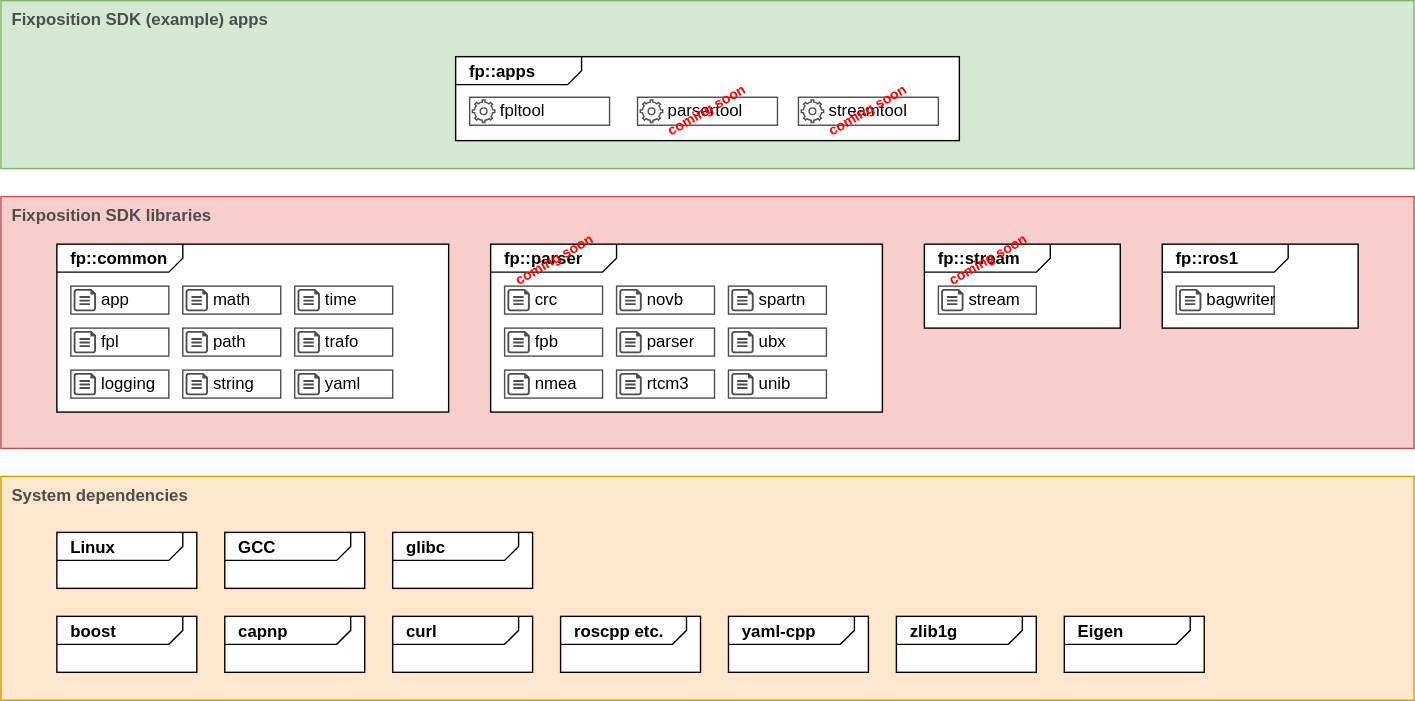
This is doc/fpsdk-overview.drawio.svg from fixposition/fixposition-sdk, a draw.io export, as it was before one commit. Source tidied: cells renumbered, new cells last; positions are measured from the earlier drawing's top-left corner, leaving out a move shared by most shapes.
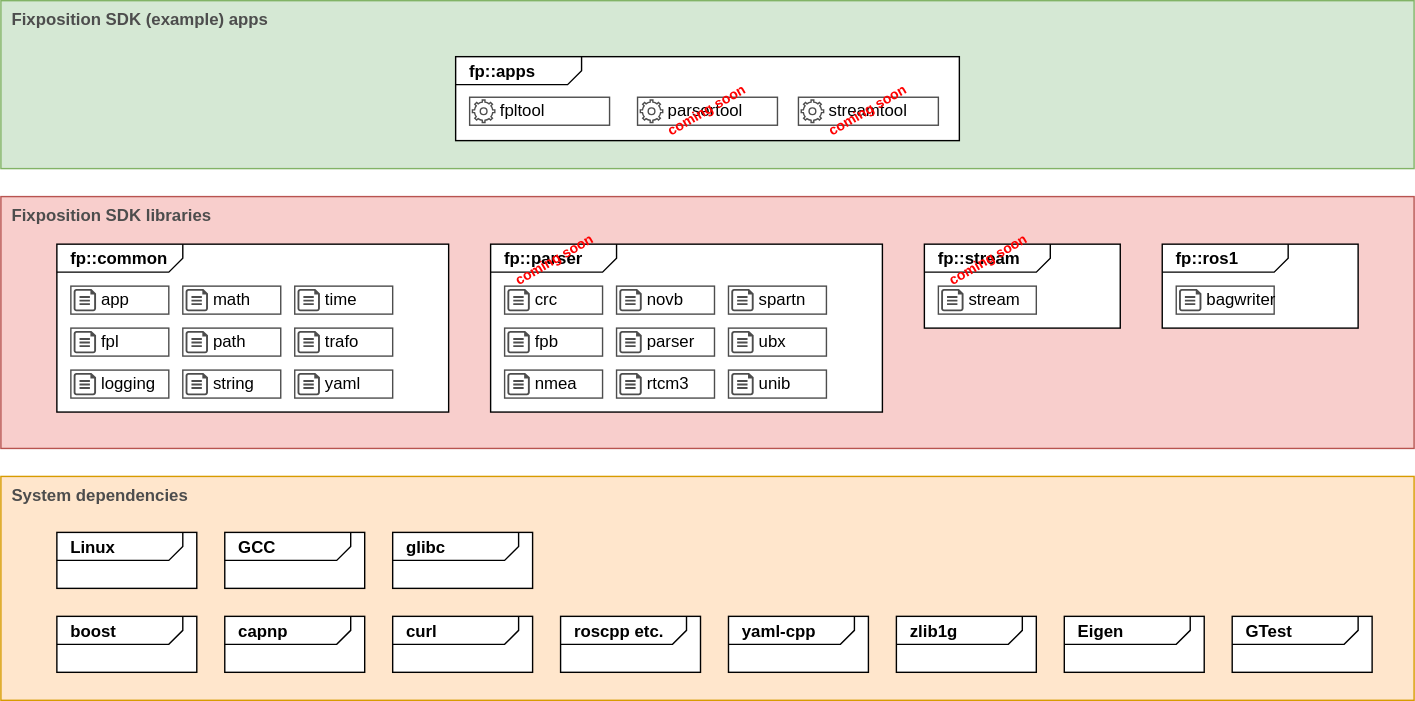
The same diagram one commit later.

What changed in the source:
```diff
@@ -275,5 +275,8 @@
     <mxCell id="92" style="verticalLabelPosition=bottom;html=1;verticalAlign=top;align=center;strokeColor=none;fillColor=#4D4D4D;shape=mxgraph.azure.cloud_services_configuration_file;fontSize=12;" parent="90" vertex="1">
       <mxGeometry x="2" y="2" width="16" height="16" as="geometry" />
     </mxCell>
+    <mxCell id="93" value="&lt;p style=&quot;margin:0px;margin-top:4px;margin-left:10px;text-align:left;&quot;&gt;&lt;b&gt;&lt;font style=&quot;font-size: 12px;&quot;&gt;GTest&lt;/font&gt;&lt;/b&gt;&lt;/p&gt;" style="html=1;shape=mxgraph.sysml.package;xSize=90;align=left;spacingLeft=10;overflow=fill;" parent="1" vertex="1">
+      <mxGeometry x="880" y="440" width="100" height="40" as="geometry" />
+    </mxCell>
   </root>
 </mxGraphModel>
```
